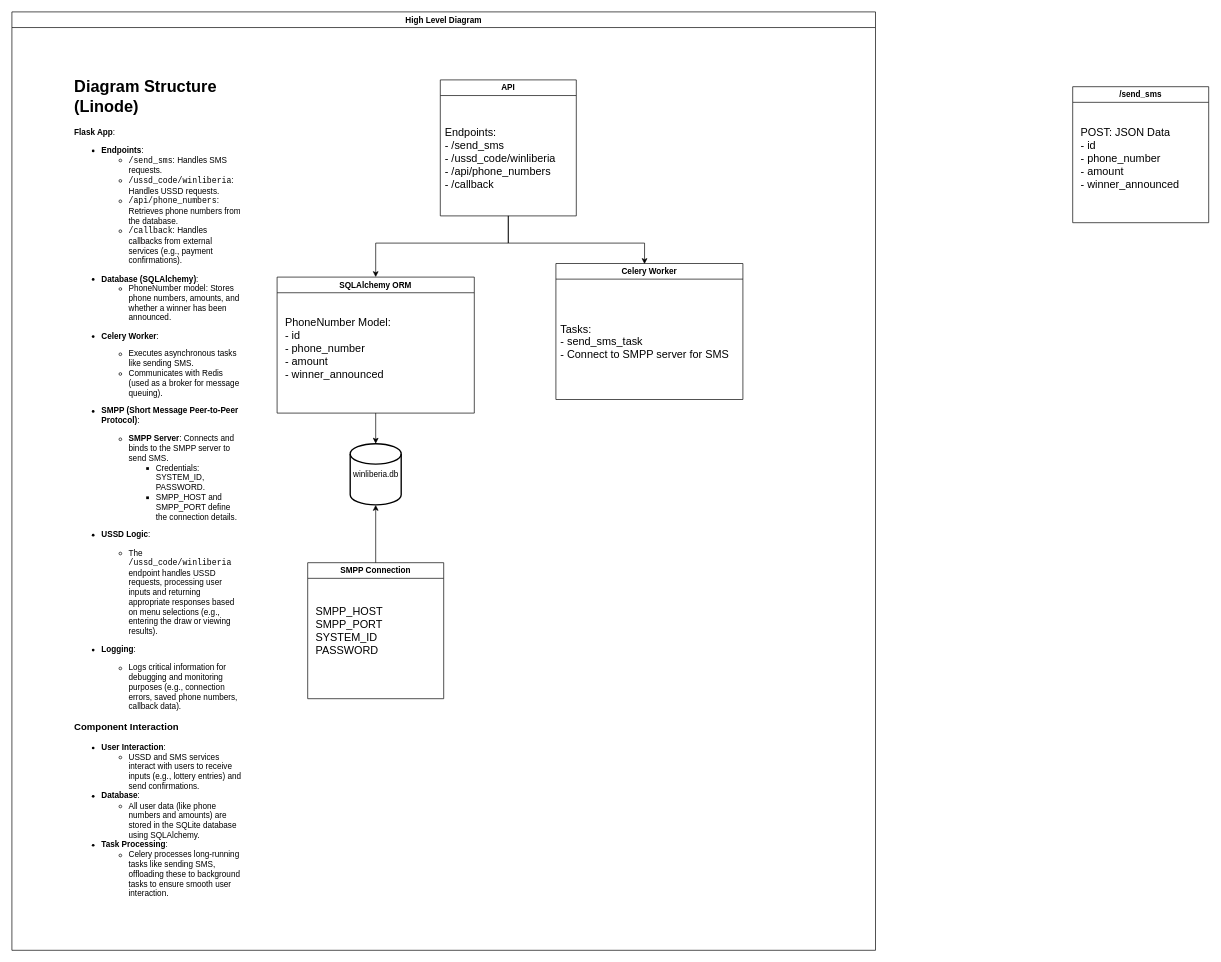
Above: Untitled Diagram.drawio in WinLiberia/.github (draw.io), before the change. Source tidied: cells renumbered, new cells numbered last; positions are measured from the earlier drawing's top-left corner, leaving out a move shared by most shapes. Both pictures are drawn from the tidied source at 68%, with x=0, y=0 at pixel (12, 12).
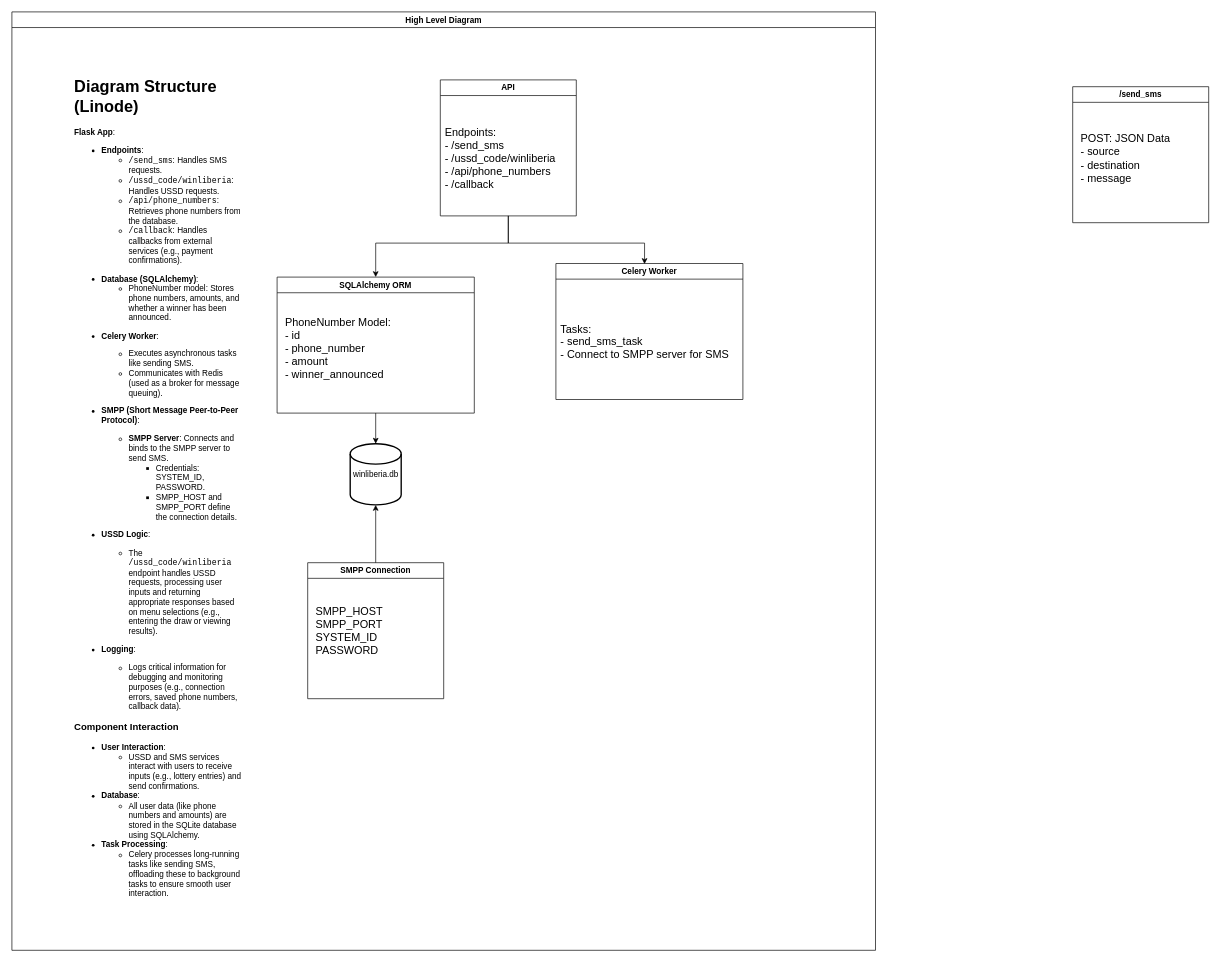
After the change.

Unchanged cells that the change refers to:
```xml
<mxCell id="17" value="/send_sms" style="swimlane;whiteSpace=wrap;html=1;" parent="1" vertex="1">
  <mxGeometry x="1560" y="110" width="200" height="200" as="geometry" />
</mxCell>
```

What changed in the source:
```diff
@@
-    <mxCell id="18" value="POST: JSON Data&lt;div style=&quot;font-size: 16px;&quot;&gt;- id&lt;div style=&quot;font-size: 16px;&quot;&gt;- phone_number&lt;/div&gt;&lt;div style=&quot;font-size: 16px;&quot;&gt;- amount&lt;/div&gt;&lt;div style=&quot;font-size: 16px;&quot;&gt;- winner_announced&lt;/div&gt;&lt;/div&gt;" style="text;html=1;align=left;verticalAlign=middle;strokeColor=none;fillColor=none;fontSize=16;" parent="17" vertex="1">
-      <mxGeometry x="10" y="50" width="170" height="110" as="geometry" />
+    <mxCell id="18" value="POST: JSON Data&lt;div style=&quot;font-size: 16px;&quot;&gt;- source&lt;div style=&quot;font-size: 16px;&quot;&gt;- destination&lt;/div&gt;&lt;div style=&quot;font-size: 16px;&quot;&gt;- message&lt;/div&gt;&lt;/div&gt;" style="text;html=1;align=left;verticalAlign=middle;strokeColor=none;fillColor=none;fontSize=16;" parent="17" vertex="1">
+      <mxGeometry x="10" y="60" width="160" height="90" as="geometry" />
     </mxCell>
```
